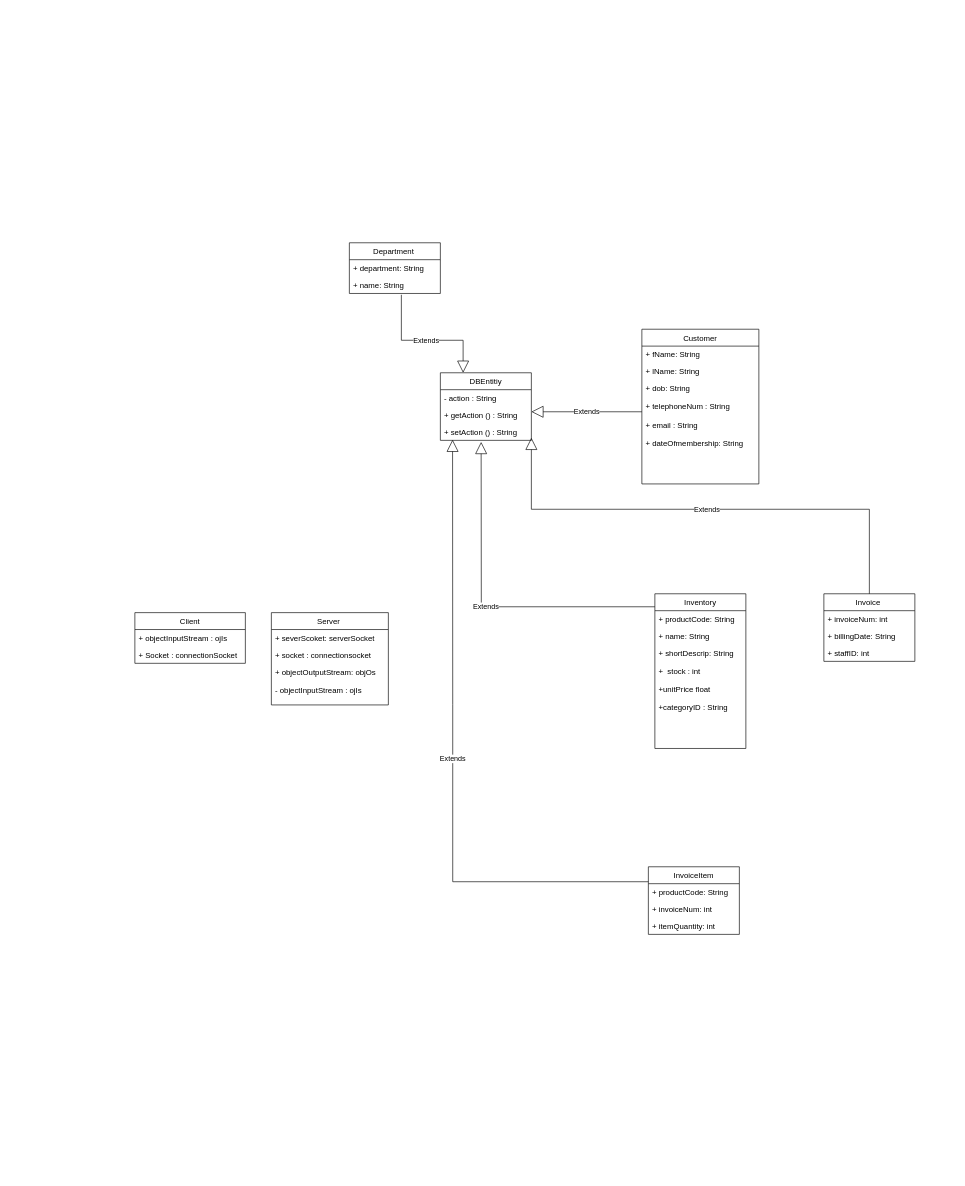
Above: page "UML DIAGRAM" (2 of 2) of Documentation/Database Diagrams/Group Project Diagrams.drawio in SCIT-Group-Project-2021/AP-Group-Project-2022 (draw.io), before the change. Source tidied: cells renumbered, new cells numbered last; positions are measured from the earlier drawing's top-left corner, leaving out a move shared by most shapes. Both pictures are drawn from the tidied source at 65%, with x=0, y=0 at pixel (135, 242).
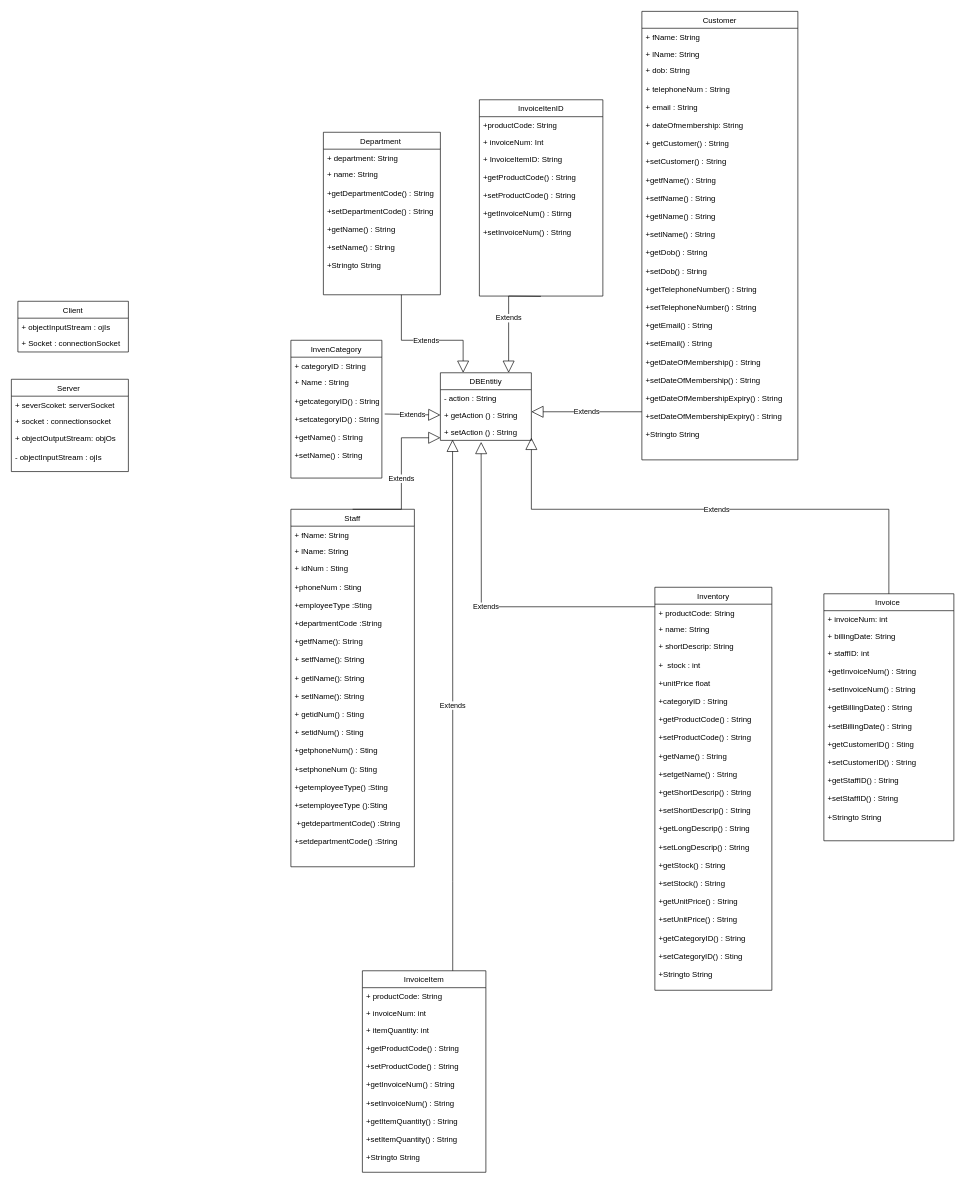
The same diagram, later.

Unchanged cells that the change refers to:
```xml
<mxCell id="21" value="DBEntitiy" style="swimlane;fontStyle=0;horizontal=1;startSize=26;fillColor=none;" parent="1" vertex="1">
  <mxGeometry x="470" y="200" width="140" height="104" as="geometry" />
</mxCell>
<mxCell id="23" value="+ getAction () : String " style="text;strokeColor=none;fillColor=none;align=left;verticalAlign=top;spacingLeft=4;spacingRight=4;overflow=hidden;points=[[0,0.5],[1,0.5]];portConstraint=eastwest;" parent="21" vertex="1">
  <mxGeometry y="52" width="140" height="26" as="geometry" />
</mxCell>
<mxCell id="24" value="+ setAction () : String " style="text;strokeColor=none;fillColor=none;align=left;verticalAlign=top;spacingLeft=4;spacingRight=4;overflow=hidden;points=[[0,0.5],[1,0.5]];portConstraint=eastwest;" parent="21" vertex="1">
  <mxGeometry y="78" width="140" height="26" as="geometry" />
</mxCell>
```

The edit, as a diff of the source:
```diff
@@
     <mxCell id="2" value="Customer" style="swimlane;fontStyle=0;horizontal=1;startSize=26;fillColor=none;" parent="1" vertex="1">
-      <mxGeometry x="780" y="133" width="180" height="238" as="geometry" />
+      <mxGeometry x="780" y="-356" width="240" height="690" as="geometry" />
     </mxCell>
     <mxCell id="3" value="+ fName: String" style="text;strokeColor=none;fillColor=none;align=left;verticalAlign=top;spacingLeft=4;spacingRight=4;overflow=hidden;" parent="2" vertex="1">
-      <mxGeometry y="26" width="180" height="26" as="geometry" />
+      <mxGeometry y="26" width="240" height="26" as="geometry" />
     </mxCell>
     <mxCell id="4" value="+ lName: String" style="text;strokeColor=none;fillColor=none;align=left;verticalAlign=top;spacingLeft=4;spacingRight=4;overflow=hidden;" parent="2" vertex="1">
-      <mxGeometry y="52" width="180" height="26" as="geometry" />
+      <mxGeometry y="52" width="240" height="26" as="geometry" />
     </mxCell>
-    <mxCell id="5" value="+ dob: String &#10;&#10;+ telephoneNum : String&#10;&#10;+ email : String &#10;&#10;+ dateOfmembership: String " style="text;strokeColor=none;fillColor=none;align=left;verticalAlign=top;spacingLeft=4;spacingRight=4;overflow=hidden;" parent="2" vertex="1">
-      <mxGeometry y="78" width="180" height="160" as="geometry" />
+    <mxCell id="5" value="+ dob: String &#10;&#10;+ telephoneNum : String&#10;&#10;+ email : String &#10;&#10;+ dateOfmembership: String&#10;&#10;+ getCustomer() : String &#10;&#10;+setCustomer() : String &#10;&#10;+getfName() : String &#10;&#10;+setfName() : String &#10;&#10;+getlName() : String &#10;&#10;+setlName() : String &#10;&#10;+getDob() : String &#10;&#10;+setDob() : String &#10;&#10;+getTelephoneNumber() : String &#10;&#10;+setTelephoneNumber() : String&#10;&#10;+getEmail() : String &#10;&#10;+setEmail() : String   &#10;&#10;+getDateOfMembership() : String&#10;&#10;+setDateOfMembership() : String &#10;&#10;+getDateOfMembershipExpiry() : String  &#10;&#10;+setDateOfMembershipExpiry() : String &#10;&#10;+Stringto String &#10;" style="text;strokeColor=none;fillColor=none;align=left;verticalAlign=top;spacingLeft=4;spacingRight=4;overflow=hidden;" parent="2" vertex="1">
+      <mxGeometry y="78" width="240" height="612" as="geometry" />
     </mxCell>
     <mxCell id="6" value="Department " style="swimlane;fontStyle=0;horizontal=1;startSize=26;fillColor=none;" parent="1" vertex="1">
-      <mxGeometry x="330" width="140" height="78" as="geometry" />
+      <mxGeometry x="290" y="-170" width="180" height="250" as="geometry" />
     </mxCell>
     <mxCell id="7" value="+ department: String " style="text;strokeColor=none;fillColor=none;align=left;verticalAlign=top;spacingLeft=4;spacingRight=4;overflow=hidden;" parent="6" vertex="1">
-      <mxGeometry y="26" width="140" height="26" as="geometry" />
+      <mxGeometry y="26" width="180" height="26" as="geometry" />
     </mxCell>
-    <mxCell id="8" value="+ name: String " style="text;strokeColor=none;fillColor=none;align=left;verticalAlign=top;spacingLeft=4;spacingRight=4;overflow=hidden;" parent="6" vertex="1">
-      <mxGeometry y="52" width="140" height="26" as="geometry" />
+    <mxCell id="8" value="+ name: String&#10;&#10;+getDepartmentCode() : String&#10;&#10;+setDepartmentCode() : String &#10;&#10;+getName() : String &#10;&#10;+setName() : String &#10;&#10;+Stringto String   " style="text;strokeColor=none;fillColor=none;align=left;verticalAlign=top;spacingLeft=4;spacingRight=4;overflow=hidden;" parent="6" vertex="1">
+      <mxGeometry y="52" width="180" height="198" as="geometry" />
     </mxCell>
     <mxCell id="9" value="InvoiceItem" style="swimlane;fontStyle=0;horizontal=1;startSize=26;fillColor=none;" parent="1" vertex="1">
-      <mxGeometry x="790" y="960" width="140" height="104" as="geometry" />
+      <mxGeometry x="350" y="1120" width="190" height="310" as="geometry" />
     </mxCell>
     <mxCell id="10" value="+ productCode: String" style="text;strokeColor=none;fillColor=none;align=left;verticalAlign=top;spacingLeft=4;spacingRight=4;overflow=hidden;" parent="9" vertex="1">
-      <mxGeometry y="26" width="140" height="26" as="geometry" />
+      <mxGeometry y="26" width="190" height="26" as="geometry" />
     </mxCell>
     <mxCell id="11" value="+ invoiceNum: int" style="text;strokeColor=none;fillColor=none;align=left;verticalAlign=top;spacingLeft=4;spacingRight=4;overflow=hidden;" parent="9" vertex="1">
-      <mxGeometry y="52" width="140" height="26" as="geometry" />
+      <mxGeometry y="52" width="190" height="26" as="geometry" />
     </mxCell>
-    <mxCell id="12" value="+ itemQuantity: int" style="text;strokeColor=none;fillColor=none;align=left;verticalAlign=top;spacingLeft=4;spacingRight=4;overflow=hidden;" parent="9" vertex="1">
-      <mxGeometry y="78" width="140" height="26" as="geometry" />
+    <mxCell id="12" value="+ itemQuantity: int&#10;&#10;+getProductCode() : String &#10;&#10;+setProductCode() : String &#10;&#10;+getInvoiceNum() : String&#10;&#10;+setInvoiceNum() : String &#10;&#10;+getItemQuantity() : String &#10;&#10;+setItemQuantity() : String &#10;&#10;+Stringto String " style="text;strokeColor=none;fillColor=none;align=left;verticalAlign=top;spacingLeft=4;spacingRight=4;overflow=hidden;" parent="9" vertex="1">
+      <mxGeometry y="78" width="190" height="232" as="geometry" />
     </mxCell>
     <mxCell id="13" value="Inventory" style="swimlane;fontStyle=0;horizontal=1;startSize=26;fillColor=none;" parent="1" vertex="1">
-      <mxGeometry x="800" y="540" width="140" height="238" as="geometry" />
+      <mxGeometry x="800" y="530" width="180" height="620" as="geometry" />
     </mxCell>
     <mxCell id="14" value="+ productCode: String " style="text;strokeColor=none;fillColor=none;align=left;verticalAlign=top;spacingLeft=4;spacingRight=4;overflow=hidden;" parent="13" vertex="1">
-      <mxGeometry y="26" width="140" height="26" as="geometry" />
+      <mxGeometry y="26" width="180" height="26" as="geometry" />
     </mxCell>
     <mxCell id="15" value="+ name: String" style="text;strokeColor=none;fillColor=none;align=left;verticalAlign=top;spacingLeft=4;spacingRight=4;overflow=hidden;" parent="13" vertex="1">
-      <mxGeometry y="52" width="140" height="26" as="geometry" />
+      <mxGeometry y="52" width="180" height="26" as="geometry" />
     </mxCell>
-    <mxCell id="16" value="+ shortDescrip: String&#10;&#10;+  stock : int&#10;&#10;+unitPrice float&#10;&#10;+categoryID : String  " style="text;strokeColor=none;fillColor=none;align=left;verticalAlign=top;spacingLeft=4;spacingRight=4;overflow=hidden;" parent="13" vertex="1">
-      <mxGeometry y="78" width="140" height="160" as="geometry" />
+    <mxCell id="16" value="+ shortDescrip: String&#10;&#10;+  stock : int&#10;&#10;+unitPrice float&#10;&#10;+categoryID : String&#10;&#10;+getProductCode() : String &#10;&#10;+setProductCode() : String &#10;&#10;+getName() : String &#10;&#10;+setgetName() : String &#10;&#10;+getShortDescrip() : String &#10;&#10;+setShortDescrip() : String &#10;&#10;+getLongDescrip() : String &#10;&#10;+setLongDescrip() : String&#10;&#10;+getStock() : String &#10;&#10;+setStock() : String &#10;&#10;+getUnitPrice() : String &#10;&#10;+setUnitPrice() : String &#10;&#10;+getCategoryID() : String &#10;&#10;+setCategoryID() : Sting &#10;&#10;+Stringto String &#10;&#10;&#10;&#10;  " style="text;strokeColor=none;fillColor=none;align=left;verticalAlign=top;spacingLeft=4;spacingRight=4;overflow=hidden;" parent="13" vertex="1">
+      <mxGeometry y="78" width="180" height="542" as="geometry" />
     </mxCell>
     <mxCell id="17" value="Invoice " style="swimlane;fontStyle=0;horizontal=1;startSize=26;fillColor=none;" parent="1" vertex="1">
-      <mxGeometry x="1060" y="540" width="140" height="104" as="geometry" />
+      <mxGeometry x="1060" y="540" width="200" height="380" as="geometry" />
     </mxCell>
     <mxCell id="18" value="+ invoiceNum: int" style="text;strokeColor=none;fillColor=none;align=left;verticalAlign=top;spacingLeft=4;spacingRight=4;overflow=hidden;" parent="17" vertex="1">
-      <mxGeometry y="26" width="140" height="26" as="geometry" />
+      <mxGeometry y="26" width="200" height="26" as="geometry" />
     </mxCell>
     <mxCell id="19" value="+ billingDate: String" style="text;strokeColor=none;fillColor=none;align=left;verticalAlign=top;spacingLeft=4;spacingRight=4;overflow=hidden;" parent="17" vertex="1">
-      <mxGeometry y="52" width="140" height="26" as="geometry" />
+      <mxGeometry y="52" width="200" height="26" as="geometry" />
     </mxCell>
-    <mxCell id="20" value="+ staffID: int" style="text;strokeColor=none;fillColor=none;align=left;verticalAlign=top;spacingLeft=4;spacingRight=4;overflow=hidden;" parent="17" vertex="1">
-      <mxGeometry y="78" width="140" height="26" as="geometry" />
+    <mxCell id="20" value="+ staffID: int&#10;&#10;+getInvoiceNum() : String &#10;&#10;+setInvoiceNum() : String &#10;&#10;+getBillingDate() : String &#10;&#10;+setBillingDate() : String&#10;&#10;+getCustomerID() : Sting &#10;&#10;+setCustomerID() : String &#10;&#10;+getStaffID() : String &#10;&#10;+setStaffID() : String &#10;&#10;+Stringto String " style="text;strokeColor=none;fillColor=none;align=left;verticalAlign=top;spacingLeft=4;spacingRight=4;overflow=hidden;" parent="17" vertex="1">
+      <mxGeometry y="78" width="200" height="302" as="geometry" />
     </mxCell>
@@
     <mxCell id="25" value="Server " style="swimlane;fontStyle=0;horizontal=1;startSize=26;fillColor=none;" parent="1" vertex="1">
-      <mxGeometry x="210" y="569" width="180" height="142" as="geometry" />
+      <mxGeometry x="-190" y="210" width="180" height="142" as="geometry" />
     </mxCell>
@@
     <mxCell id="29" value="Client" style="swimlane;fontStyle=0;horizontal=1;startSize=26;fillColor=none;" parent="1" vertex="1">
-      <mxGeometry y="569" width="170" height="78" as="geometry" />
+      <mxGeometry x="-180" y="90" width="170" height="78" as="geometry" />
     </mxCell>
@@
     <mxCell id="33" value="Extends" style="endArrow=block;endSize=16;endFill=0;html=1;rounded=0;exitX=0.5;exitY=0;exitDx=0;exitDy=0;" parent="1" edge="1" source="17">
       <mxGeometry relative="1" as="geometry">
         <mxPoint x="610" y="300" as="targetPoint" />
         <Array as="points">
-          <mxPoint x="1130" y="410" />
+          <mxPoint x="1160" y="410" />
           <mxPoint x="610" y="410" />
         </Array>
       </mxGeometry>
     </mxCell>
@@
     <mxCell id="35" value="Extends" style="endArrow=block;endSize=16;endFill=0;html=1;rounded=0;entryX=0.134;entryY=0.962;entryDx=0;entryDy=0;entryPerimeter=0;" parent="1" edge="1" target="24">
       <mxGeometry relative="1" as="geometry">
-        <mxPoint x="790" y="983" as="sourcePoint" />
+        <mxPoint x="489" y="1120" as="sourcePoint" />
         <Array as="points">
           <mxPoint x="489" y="983" />
           <mxPoint x="489" y="710" />
         </Array>
       </mxGeometry>
     </mxCell>
@@
+    <mxCell id="37" value="InvoiceItenID" style="swimlane;fontStyle=0;horizontal=1;startSize=26;fillColor=none;" parent="1" vertex="1">
+      <mxGeometry x="530" y="-220" width="190" height="302" as="geometry" />
+    </mxCell>
+    <mxCell id="38" value="+productCode: String " style="text;strokeColor=none;fillColor=none;align=left;verticalAlign=top;spacingLeft=4;spacingRight=4;overflow=hidden;" parent="37" vertex="1">
+      <mxGeometry y="26" width="190" height="26" as="geometry" />
+    </mxCell>
+    <mxCell id="39" value="+ invoiceNum: Int " style="text;strokeColor=none;fillColor=none;align=left;verticalAlign=top;spacingLeft=4;spacingRight=4;overflow=hidden;" parent="37" vertex="1">
+      <mxGeometry y="52" width="190" height="26" as="geometry" />
+    </mxCell>
+    <mxCell id="40" value="+ InvoiceItemID: String&#10;&#10;+getProductCode() : String &#10;&#10;+setProductCode() : String&#10;&#10;+getInvoiceNum() : Stirng &#10;&#10;+setInvoiceNum() : String&#10; &#10;" style="text;strokeColor=none;fillColor=none;align=left;verticalAlign=top;spacingLeft=4;spacingRight=4;overflow=hidden;points=[[0,0.5],[1,0.5]];portConstraint=eastwest;" parent="37" vertex="1">
+      <mxGeometry y="78" width="190" height="224" as="geometry" />
+    </mxCell>
+    <mxCell id="41" value="Extends" style="endArrow=block;endSize=16;endFill=0;html=1;rounded=0;exitX=0.498;exitY=1.002;exitDx=0;exitDy=0;exitPerimeter=0;entryX=0.75;entryY=0;entryDx=0;entryDy=0;" parent="1" edge="1" source="40" target="21">
+      <mxGeometry relative="1" as="geometry">
+        <Array as="points">
+          <mxPoint x="575" y="82" />
+        </Array>
+      </mxGeometry>
+    </mxCell>
+    <mxCell id="42" value="InvenCategory" style="swimlane;fontStyle=0;horizontal=1;startSize=26;fillColor=none;" parent="1" vertex="1">
+      <mxGeometry x="240" y="150" width="140" height="212" as="geometry" />
+    </mxCell>
+    <mxCell id="43" value="+ categoryID : String " style="text;strokeColor=none;fillColor=none;align=left;verticalAlign=top;spacingLeft=4;spacingRight=4;overflow=hidden;" parent="42" vertex="1">
+      <mxGeometry y="26" width="140" height="26" as="geometry" />
+    </mxCell>
+    <mxCell id="44" value="+ Name : String &#10;&#10;+getcategoryID() : String &#10;&#10;+setcategoryID() : String&#10;&#10;+getName() : String &#10;&#10;+setName() : String  &#10;" style="text;strokeColor=none;fillColor=none;align=left;verticalAlign=top;spacingLeft=4;spacingRight=4;overflow=hidden;points=[[0,0.5],[1,0.5]];portConstraint=eastwest;" parent="42" vertex="1">
+      <mxGeometry y="52" width="140" height="160" as="geometry" />
+    </mxCell>
+    <mxCell id="45" value="Extends" style="endArrow=block;endSize=16;endFill=0;html=1;rounded=0;exitX=1.031;exitY=0.384;exitDx=0;exitDy=0;exitPerimeter=0;entryX=0;entryY=0.5;entryDx=0;entryDy=0;" parent="1" edge="1" source="44" target="23">
+      <mxGeometry relative="1" as="geometry" />
+    </mxCell>
+    <mxCell id="46" value="Staff" style="swimlane;fontStyle=0;horizontal=1;startSize=26;fillColor=none;" parent="1" vertex="1">
+      <mxGeometry x="240" y="410" width="190" height="550" as="geometry" />
+    </mxCell>
+    <mxCell id="47" value="+ fName: String " style="text;strokeColor=none;fillColor=none;align=left;verticalAlign=top;spacingLeft=4;spacingRight=4;overflow=hidden;" parent="46" vertex="1">
+      <mxGeometry y="26" width="190" height="26" as="geometry" />
+    </mxCell>
+    <mxCell id="48" value="+ lName: String" style="text;strokeColor=none;fillColor=none;align=left;verticalAlign=top;spacingLeft=4;spacingRight=4;overflow=hidden;" parent="46" vertex="1">
+      <mxGeometry y="52" width="190" height="26" as="geometry" />
+    </mxCell>
+    <mxCell id="49" value="+ idNum : Sting&#10;&#10;+phoneNum : Sting &#10;&#10;+employeeType :Sting &#10;&#10;+departmentCode :String&#10;&#10;+getfName(): String &#10;&#10;+ setfName(): String &#10;&#10;+ getlName(): String&#10;&#10;+ setlName(): String&#10;&#10;+ getidNum() : Sting&#10;&#10;+ setidNum() : Sting&#10;&#10;+getphoneNum() : Sting &#10;&#10;+setphoneNum (): Sting &#10;&#10;+getemployeeType() :Sting &#10;&#10;+setemployeeType ():Sting&#10;&#10; +getdepartmentCode() :String&#10;&#10;+setdepartmentCode() :String&#10; " style="text;strokeColor=none;fillColor=none;align=left;verticalAlign=top;spacingLeft=4;spacingRight=4;overflow=hidden;" parent="46" vertex="1">
+      <mxGeometry y="78" width="190" height="472" as="geometry" />
+    </mxCell>
+    <mxCell id="50" value="Extends" style="endArrow=block;endSize=16;endFill=0;html=1;rounded=0;exitX=0.5;exitY=0;exitDx=0;exitDy=0;" parent="1" edge="1" source="46">
+      <mxGeometry relative="1" as="geometry">
+        <mxPoint x="470" y="300" as="targetPoint" />
+        <Array as="points">
+          <mxPoint x="410" y="410" />
+          <mxPoint x="410" y="300" />
+        </Array>
+      </mxGeometry>
+    </mxCell>
```
